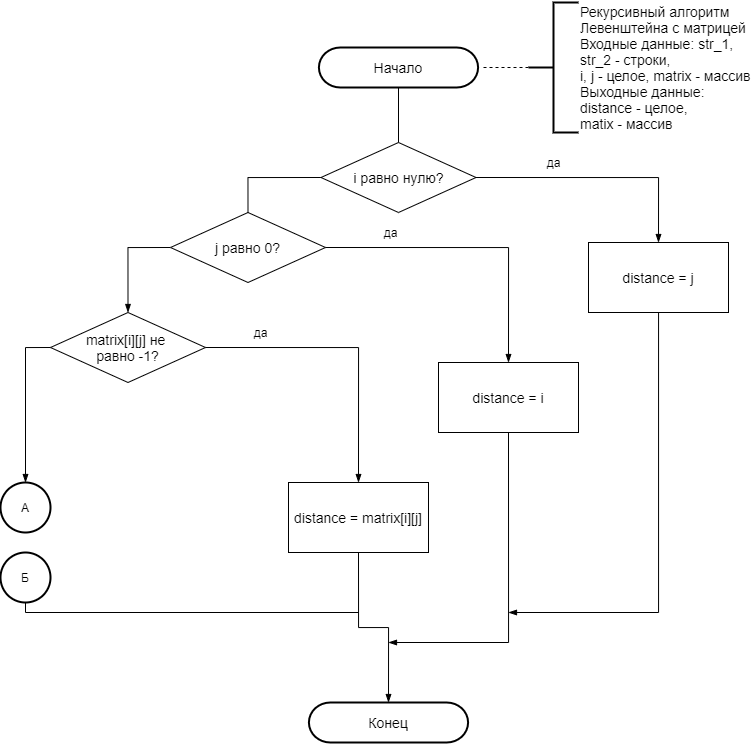
Before: lab_01/report/diagrams/Рекурсивный Левенштейн с матрицей1.png, a diagram exported from draw.io (leontartykov/bmstu_sem_5_aa). Source tidied: cells renumbered, new cells last; positions are measured from the earlier drawing's top-left corner, leaving out a move shared by most shapes.
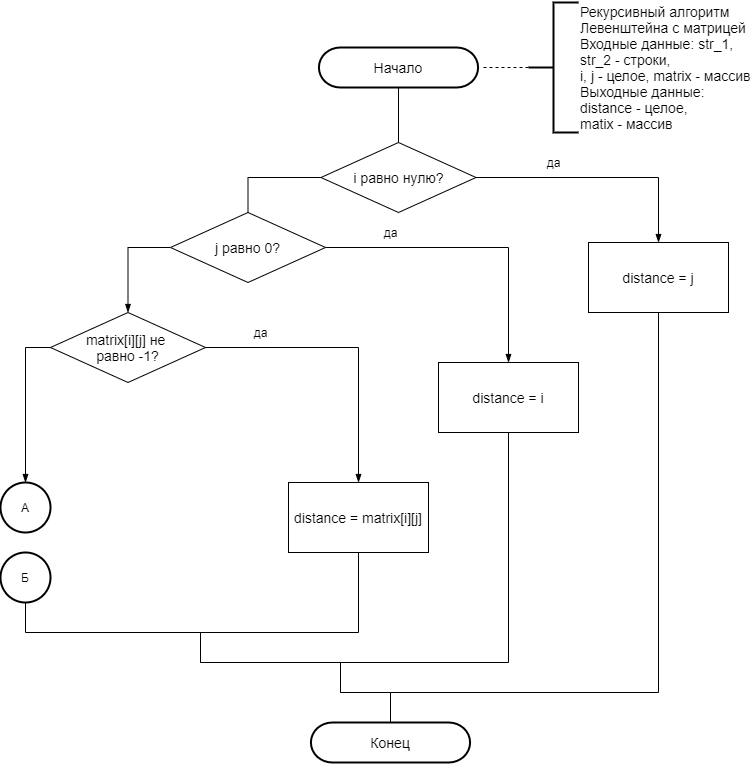
After the change.

Diff of the diagram source:
```diff
@@ -17,122 +17,130 @@
         <mxPoint x="177" y="780" as="sourcePoint" />
       </mxGeometry>
     </mxCell>
-    <mxCell id="5" style="group;" parent="1" vertex="1">
-      <mxGeometry y="60" width="728" height="680" as="geometry" />
-    </mxCell>
+    <mxCell id="31" value="да" style="text;html=1;align=center;verticalAlign=middle;strokeColor=none;" parent="1" vertex="1">
+      <mxGeometry x="375" y="220" width="30" height="20" as="geometry" />
+    </mxCell>
+    <mxCell id="32" value="да" style="text;html=1;align=center;verticalAlign=middle;strokeColor=none;" parent="1" vertex="1">
+      <mxGeometry x="245" y="320" width="30" height="20" as="geometry" />
+    </mxCell>
-    <mxCell id="6" value="&lt;font style=&quot;font-size: 14px&quot;&gt;Начало&lt;/font&gt;" style="strokeWidth=2;html=1;shape=(stored shape, 464 characters);whiteSpace=wrap;" parent="5" vertex="1">
-      <mxGeometry x="248" y="-15" width="300" height="40" as="geometry" />
+    <mxCell id="6" value="&lt;font style=&quot;font-size: 14px&quot;&gt;Начало&lt;/font&gt;" style="strokeWidth=2;html=1;shape=(stored shape, 464 characters);whiteSpace=wrap;" parent="1" vertex="1">
+      <mxGeometry x="248" y="45" width="300" height="40" as="geometry" />
     </mxCell>
-    <mxCell id="7" style="edgeStyle=orthogonalEdgeStyle;rounded=0;jettySize=auto;html=1;exitX=0;exitY=0.5;exitDx=0;exitDy=0;exitPerimeter=0;endArrow=none;endFill=0;dashed=1;" parent="5" edge="1" source="8">
-      <mxGeometry relative="1" as="geometry">
-        <mxPoint x="480" y="5" as="targetPoint" />
+    <mxCell id="7" style="edgeStyle=orthogonalEdgeStyle;rounded=0;jettySize=auto;html=1;exitX=0;exitY=0.5;exitDx=0;exitDy=0;exitPerimeter=0;endArrow=none;endFill=0;dashed=1;" parent="1" edge="1" source="8">
+      <mxGeometry x="70" y="140" as="geometry">
+        <mxPoint x="480" y="65" as="targetPoint" />
       </mxGeometry>
     </mxCell>
-    <mxCell id="8" value="&lt;font style=&quot;font-size: 14px&quot;&gt;Рекурсивный алгоритм &lt;br&gt;Левенштейна с матрицей&lt;br&gt;Входные данные: str_1, &lt;br&gt;str_2 - строки,&lt;br&gt;i, j - целое, matrix - массив&lt;br&gt;Выходные данные: &lt;br&gt;distance - целое,&lt;br&gt;matix - массив&lt;/font&gt;" style="strokeWidth=2;html=1;shape=mxgraph.flowchart.annotation_2;align=left;labelPosition=right;" parent="5" vertex="1">
-      <mxGeometry x="528" y="-60" width="50" height="130" as="geometry" />
+    <mxCell id="8" value="&lt;font style=&quot;font-size: 14px&quot;&gt;Рекурсивный алгоритм &lt;br&gt;Левенштейна с матрицей&lt;br&gt;Входные данные: str_1, &lt;br&gt;str_2 - строки,&lt;br&gt;i, j - целое, matrix - массив&lt;br&gt;Выходные данные: &lt;br&gt;distance - целое,&lt;br&gt;matix - массив&lt;/font&gt;" style="strokeWidth=2;html=1;shape=mxgraph.flowchart.annotation_2;align=left;labelPosition=right;" parent="1" vertex="1">
+      <mxGeometry x="528" width="50" height="130" as="geometry" />
     </mxCell>
-    <mxCell id="9" value="&lt;font style=&quot;font-size: 14px&quot;&gt;matrix[i][j] не &lt;br&gt;равно -1?&lt;/font&gt;" style="rhombus;whiteSpace=wrap;html=1;" parent="5" vertex="1">
-      <mxGeometry x="50" y="250" width="155" height="70" as="geometry" />
+    <mxCell id="9" value="&lt;font style=&quot;font-size: 14px&quot;&gt;matrix[i][j] не &lt;br&gt;равно -1?&lt;/font&gt;" style="rhombus;whiteSpace=wrap;html=1;" parent="1" vertex="1">
+      <mxGeometry x="50" y="310" width="155" height="70" as="geometry" />
     </mxCell>
-    <mxCell id="10" value="&lt;font style=&quot;font-size: 14px&quot;&gt;Конец&lt;/font&gt;" style="strokeWidth=2;html=1;shape=(stored shape, 464 characters);whiteSpace=wrap;" parent="5" vertex="1">
-      <mxGeometry x="238" y="640" width="300" height="40" as="geometry" />
+    <mxCell id="10" value="&lt;font style=&quot;font-size: 14px&quot;&gt;Конец&lt;/font&gt;" style="strokeWidth=2;html=1;shape=(stored shape, 464 characters);whiteSpace=wrap;" parent="1" vertex="1">
+      <mxGeometry x="240" y="720" width="300" height="40" as="geometry" />
     </mxCell>
-    <mxCell id="11" style="edgeStyle=orthogonalEdgeStyle;rounded=0;jettySize=auto;html=1;endArrow=blockThin;endFill=1;entryX=0.5;entryY=0;entryDx=0;entryDy=0;exitX=0;exitY=0.5;exitDx=0;exitDy=0;" parent="5" edge="1" source="12" target="9">
-      <mxGeometry relative="1" as="geometry">
+    <mxCell id="11" style="edgeStyle=orthogonalEdgeStyle;rounded=0;jettySize=auto;html=1;endArrow=blockThin;endFill=1;entryX=0.5;entryY=0;entryDx=0;entryDy=0;exitX=0;exitY=0.5;exitDx=0;exitDy=0;" parent="1" edge="1" source="12" target="9">
+      <mxGeometry x="70" y="140" as="geometry">
         <Array as="points">
-          <mxPoint x="128" y="185" />
+          <mxPoint x="128" y="245" />
         </Array>
       </mxGeometry>
     </mxCell>
-    <mxCell id="12" value="&lt;font style=&quot;font-size: 14px&quot;&gt;j равно 0?&lt;/font&gt;" style="rhombus;whiteSpace=wrap;html=1;" parent="5" vertex="1">
-      <mxGeometry x="170" y="150" width="155" height="70" as="geometry" />
+    <mxCell id="12" value="&lt;font style=&quot;font-size: 14px&quot;&gt;j равно 0?&lt;/font&gt;" style="rhombus;whiteSpace=wrap;html=1;" parent="1" vertex="1">
+      <mxGeometry x="170" y="210" width="155" height="70" as="geometry" />
     </mxCell>
-    <mxCell id="13" style="edgeStyle=orthogonalEdgeStyle;rounded=0;jettySize=auto;html=1;exitX=0;exitY=0.5;exitDx=0;exitDy=0;entryX=0.5;entryY=0;entryDx=0;entryDy=0;endArrow=none;endFill=0;" parent="5" edge="1" source="14" target="12">
-      <mxGeometry relative="1" as="geometry" />
+    <mxCell id="13" style="edgeStyle=orthogonalEdgeStyle;rounded=0;jettySize=auto;html=1;exitX=0;exitY=0.5;exitDx=0;exitDy=0;entryX=0.5;entryY=0;entryDx=0;entryDy=0;endArrow=none;endFill=0;" parent="1" edge="1" source="14" target="12">
+      <mxGeometry x="70" y="140" as="geometry" />
     </mxCell>
-    <mxCell id="14" value="&lt;font style=&quot;font-size: 14px&quot;&gt;i равно нулю?&lt;/font&gt;" style="rhombus;whiteSpace=wrap;html=1;" parent="5" vertex="1">
-      <mxGeometry x="320.5" y="80" width="155" height="70" as="geometry" />
+    <mxCell id="14" value="&lt;font style=&quot;font-size: 14px&quot;&gt;i равно нулю?&lt;/font&gt;" style="rhombus;whiteSpace=wrap;html=1;" parent="1" vertex="1">
+      <mxGeometry x="320.5" y="140" width="155" height="70" as="geometry" />
     </mxCell>
-    <mxCell id="15" style="edgeStyle=orthogonalEdgeStyle;rounded=0;jettySize=auto;html=1;exitX=0.5;exitY=1;exitDx=0;exitDy=0;exitPerimeter=0;entryX=0.5;entryY=0;entryDx=0;entryDy=0;endArrow=none;endFill=0;" parent="5" edge="1" source="6" target="14">
-      <mxGeometry relative="1" as="geometry" />
+    <mxCell id="15" style="edgeStyle=orthogonalEdgeStyle;rounded=0;jettySize=auto;html=1;exitX=0.5;exitY=1;exitDx=0;exitDy=0;exitPerimeter=0;entryX=0.5;entryY=0;entryDx=0;entryDy=0;endArrow=none;endFill=0;" parent="1" edge="1" source="6" target="14">
+      <mxGeometry x="70" y="140" as="geometry" />
     </mxCell>
-    <mxCell id="16" style="edgeStyle=orthogonalEdgeStyle;rounded=0;jettySize=auto;html=1;exitX=0.5;exitY=1;exitDx=0;exitDy=0;entryX=0.5;entryY=0;entryDx=0;entryDy=0;entryPerimeter=0;endArrow=blockThin;endFill=1;" parent="5" edge="1" source="17" target="10">
-      <mxGeometry relative="1" as="geometry" />
-    </mxCell>
+    <mxCell id="33" style="edgeStyle=orthogonalEdgeStyle;rounded=0;jettySize=auto;html=1;exitX=0.5;exitY=1;exitDx=0;exitDy=0;endArrow=none;endFill=0;" parent="1" edge="1" source="17">
+      <mxGeometry relative="1" as="geometry">
+        <mxPoint x="200" y="660" as="targetPoint" />
+        <Array as="points">
+          <mxPoint x="358" y="630" />
+          <mxPoint x="200" y="630" />
+          <mxPoint x="200" y="660" />
+        </Array>
+      </mxGeometry>
+    </mxCell>
-    <mxCell id="17" value="&lt;font style=&quot;font-size: 14px&quot;&gt;distance = matrix[i][j]&lt;/font&gt;" style="rounded=0;whiteSpace=wrap;html=1;" parent="5" vertex="1">
-      <mxGeometry x="288" y="420" width="140" height="70" as="geometry" />
+    <mxCell id="17" value="&lt;font style=&quot;font-size: 14px&quot;&gt;distance = matrix[i][j]&lt;/font&gt;" style="rounded=0;whiteSpace=wrap;html=1;" parent="1" vertex="1">
+      <mxGeometry x="288" y="480" width="140" height="70" as="geometry" />
     </mxCell>
-    <mxCell id="18" style="edgeStyle=orthogonalEdgeStyle;rounded=0;jettySize=auto;html=1;exitX=1;exitY=0.5;exitDx=0;exitDy=0;endArrow=blockThin;endFill=1;entryX=0.5;entryY=0;entryDx=0;entryDy=0;" parent="5" edge="1" source="9" target="17">
-      <mxGeometry relative="1" as="geometry">
+    <mxCell id="18" style="edgeStyle=orthogonalEdgeStyle;rounded=0;jettySize=auto;html=1;exitX=1;exitY=0.5;exitDx=0;exitDy=0;endArrow=blockThin;endFill=1;entryX=0.5;entryY=0;entryDx=0;entryDy=0;" parent="1" edge="1" source="9" target="17">
+      <mxGeometry x="70" y="140" as="geometry">
         <Array as="points">
-          <mxPoint x="358" y="285" />
+          <mxPoint x="358" y="345" />
         </Array>
       </mxGeometry>
     </mxCell>
-    <mxCell id="19" style="edgeStyle=orthogonalEdgeStyle;rounded=0;jettySize=auto;html=1;exitX=0.5;exitY=1;exitDx=0;exitDy=0;endArrow=blockThin;endFill=1;" parent="5" edge="1" source="20">
-      <mxGeometry relative="1" as="geometry">
-        <mxPoint x="388" y="580" as="targetPoint" />
-        <Array as="points">
-          <mxPoint x="508" y="580" />
-        </Array>
-      </mxGeometry>
-    </mxCell>
+    <mxCell id="34" style="edgeStyle=orthogonalEdgeStyle;rounded=0;jettySize=auto;html=1;exitX=0.5;exitY=1;exitDx=0;exitDy=0;endArrow=none;endFill=0;" parent="1" edge="1" source="20">
+      <mxGeometry relative="1" as="geometry">
+        <mxPoint x="340" y="690" as="targetPoint" />
+        <Array as="points">
+          <mxPoint x="508" y="660" />
+          <mxPoint x="340" y="660" />
+        </Array>
+      </mxGeometry>
+    </mxCell>
-    <mxCell id="20" value="&lt;font style=&quot;font-size: 14px&quot;&gt;distance = i&lt;/font&gt;" style="rounded=0;whiteSpace=wrap;html=1;" parent="5" vertex="1">
-      <mxGeometry x="438" y="300" width="140" height="70" as="geometry" />
+    <mxCell id="20" value="&lt;font style=&quot;font-size: 14px&quot;&gt;distance = i&lt;/font&gt;" style="rounded=0;whiteSpace=wrap;html=1;" parent="1" vertex="1">
+      <mxGeometry x="438" y="360" width="140" height="70" as="geometry" />
     </mxCell>
-    <mxCell id="21" style="edgeStyle=orthogonalEdgeStyle;rounded=0;jettySize=auto;html=1;exitX=1;exitY=0.5;exitDx=0;exitDy=0;entryX=0.5;entryY=0;entryDx=0;entryDy=0;endArrow=blockThin;endFill=1;" parent="5" edge="1" source="12" target="20">
-      <mxGeometry relative="1" as="geometry" />
+    <mxCell id="21" style="edgeStyle=orthogonalEdgeStyle;rounded=0;jettySize=auto;html=1;exitX=1;exitY=0.5;exitDx=0;exitDy=0;entryX=0.5;entryY=0;entryDx=0;entryDy=0;endArrow=blockThin;endFill=1;" parent="1" edge="1" source="12" target="20">
+      <mxGeometry x="70" y="140" as="geometry" />
     </mxCell>
-    <mxCell id="22" style="edgeStyle=orthogonalEdgeStyle;rounded=0;jettySize=auto;html=1;endArrow=blockThin;endFill=1;" parent="5" edge="1" source="23">
-      <mxGeometry relative="1" as="geometry">
-        <mxPoint x="508" y="550" as="targetPoint" />
-        <Array as="points">
-          <mxPoint x="658" y="550" />
-        </Array>
-      </mxGeometry>
-    </mxCell>
+    <mxCell id="35" style="edgeStyle=orthogonalEdgeStyle;rounded=0;jettySize=auto;html=1;exitX=0.5;exitY=1;exitDx=0;exitDy=0;entryX=0.5;entryY=0;entryDx=0;entryDy=0;entryPerimeter=0;endArrow=none;endFill=0;" parent="1" edge="1" source="23" target="10">
+      <mxGeometry relative="1" as="geometry">
+        <Array as="points">
+          <mxPoint x="658" y="690" />
+          <mxPoint x="390" y="690" />
+        </Array>
+      </mxGeometry>
+    </mxCell>
-    <mxCell id="23" value="&lt;font style=&quot;font-size: 14px&quot;&gt;distance = j&lt;/font&gt;" style="rounded=0;whiteSpace=wrap;html=1;" parent="5" vertex="1">
-      <mxGeometry x="588" y="180" width="140" height="70" as="geometry" />
+    <mxCell id="23" value="&lt;font style=&quot;font-size: 14px&quot;&gt;distance = j&lt;/font&gt;" style="rounded=0;whiteSpace=wrap;html=1;" parent="1" vertex="1">
+      <mxGeometry x="588" y="240" width="140" height="70" as="geometry" />
     </mxCell>
-    <mxCell id="24" style="edgeStyle=orthogonalEdgeStyle;rounded=0;jettySize=auto;html=1;exitX=1;exitY=0.5;exitDx=0;exitDy=0;entryX=0.5;entryY=0;entryDx=0;entryDy=0;endArrow=blockThin;endFill=1;" parent="5" edge="1" source="14" target="23">
-      <mxGeometry relative="1" as="geometry" />
+    <mxCell id="24" style="edgeStyle=orthogonalEdgeStyle;rounded=0;jettySize=auto;html=1;exitX=1;exitY=0.5;exitDx=0;exitDy=0;entryX=0.5;entryY=0;entryDx=0;entryDy=0;endArrow=blockThin;endFill=1;" parent="1" edge="1" source="14" target="23">
+      <mxGeometry x="70" y="140" as="geometry" />
     </mxCell>
-    <mxCell id="25" style="edgeStyle=orthogonalEdgeStyle;rounded=0;orthogonalLoop=1;jettySize=auto;html=1;exitX=0.5;exitY=1;exitDx=0;exitDy=0;endArrow=none;endFill=0;" parent="5" edge="1">
-      <mxGeometry relative="1" as="geometry">
-        <mxPoint x="185" y="610" as="sourcePoint" />
-        <mxPoint x="185" y="610" as="targetPoint" />
+    <mxCell id="25" style="edgeStyle=orthogonalEdgeStyle;rounded=0;orthogonalLoop=1;jettySize=auto;html=1;exitX=0.5;exitY=1;exitDx=0;exitDy=0;endArrow=none;endFill=0;" parent="1" edge="1">
+      <mxGeometry x="70" y="140" as="geometry">
+        <mxPoint x="185" y="670" as="sourcePoint" />
+        <mxPoint x="185" y="670" as="targetPoint" />
       </mxGeometry>
     </mxCell>
-    <mxCell id="26" value="А" style="strokeWidth=2;html=1;shape=mxgraph.flowchart.start_2;whiteSpace=wrap;" parent="5" vertex="1">
-      <mxGeometry y="420" width="50" height="50" as="geometry" />
+    <mxCell id="26" value="А" style="strokeWidth=2;html=1;shape=mxgraph.flowchart.start_2;whiteSpace=wrap;" parent="1" vertex="1">
+      <mxGeometry y="480" width="50" height="50" as="geometry" />
     </mxCell>
-    <mxCell id="27" style="edgeStyle=orthogonalEdgeStyle;rounded=0;jettySize=auto;html=1;exitX=0;exitY=0.5;exitDx=0;exitDy=0;endArrow=blockThin;endFill=1;entryX=0.5;entryY=0;entryDx=0;entryDy=0;entryPerimeter=0;" parent="5" edge="1" source="9" target="26">
-      <mxGeometry relative="1" as="geometry">
+    <mxCell id="27" style="edgeStyle=orthogonalEdgeStyle;rounded=0;jettySize=auto;html=1;exitX=0;exitY=0.5;exitDx=0;exitDy=0;endArrow=blockThin;endFill=1;entryX=0.5;entryY=0;entryDx=0;entryDy=0;entryPerimeter=0;" parent="1" edge="1" source="9" target="26">
+      <mxGeometry x="70" y="140" as="geometry">
         <Array as="points">
-          <mxPoint x="25" y="285" />
+          <mxPoint x="25" y="345" />
         </Array>
       </mxGeometry>
     </mxCell>
-    <mxCell id="28" style="edgeStyle=orthogonalEdgeStyle;rounded=0;jettySize=auto;html=1;exitX=0.5;exitY=1;exitDx=0;exitDy=0;exitPerimeter=0;endArrow=none;endFill=0;" parent="5" edge="1" source="29">
-      <mxGeometry relative="1" as="geometry">
-        <mxPoint x="358" y="550" as="targetPoint" />
-        <Array as="points">
-          <mxPoint x="25" y="550" />
-          <mxPoint x="358" y="550" />
-        </Array>
-      </mxGeometry>
-    </mxCell>
+    <mxCell id="36" style="edgeStyle=orthogonalEdgeStyle;rounded=0;jettySize=auto;html=1;exitX=0.5;exitY=1;exitDx=0;exitDy=0;exitPerimeter=0;endArrow=none;endFill=0;entryX=0.5;entryY=0;entryDx=0;entryDy=0;entryPerimeter=0;" parent="1" edge="1" source="29" target="10">
+      <mxGeometry relative="1" as="geometry">
+        <Array as="points">
+          <mxPoint x="25" y="630" />
+          <mxPoint x="200" y="630" />
+          <mxPoint x="200" y="660" />
+          <mxPoint x="340" y="660" />
+          <mxPoint x="340" y="690" />
+          <mxPoint x="390" y="690" />
+        </Array>
+      </mxGeometry>
+    </mxCell>
-    <mxCell id="29" value="Б" style="strokeWidth=2;html=1;shape=mxgraph.flowchart.start_2;whiteSpace=wrap;" parent="5" vertex="1">
-      <mxGeometry y="490" width="50" height="50" as="geometry" />
+    <mxCell id="29" value="Б" style="strokeWidth=2;html=1;shape=mxgraph.flowchart.start_2;whiteSpace=wrap;" parent="1" vertex="1">
+      <mxGeometry y="550" width="50" height="50" as="geometry" />
     </mxCell>
-    <mxCell id="30" value="да" style="text;html=1;align=center;verticalAlign=middle;strokeColor=none;" parent="5" vertex="1">
-      <mxGeometry x="538" y="90" width="30" height="20" as="geometry" />
+    <mxCell id="30" value="да" style="text;html=1;align=center;verticalAlign=middle;strokeColor=none;" parent="1" vertex="1">
+      <mxGeometry x="538" y="150" width="30" height="20" as="geometry" />
     </mxCell>
-    <mxCell id="31" value="да" style="text;html=1;align=center;verticalAlign=middle;strokeColor=none;" parent="1" vertex="1">
-      <mxGeometry x="375" y="220" width="30" height="20" as="geometry" />
-    </mxCell>
-    <mxCell id="32" value="да" style="text;html=1;align=center;verticalAlign=middle;strokeColor=none;" parent="1" vertex="1">
-      <mxGeometry x="245" y="320" width="30" height="20" as="geometry" />
-    </mxCell>
   </root>
 </mxGraphModel>
```
